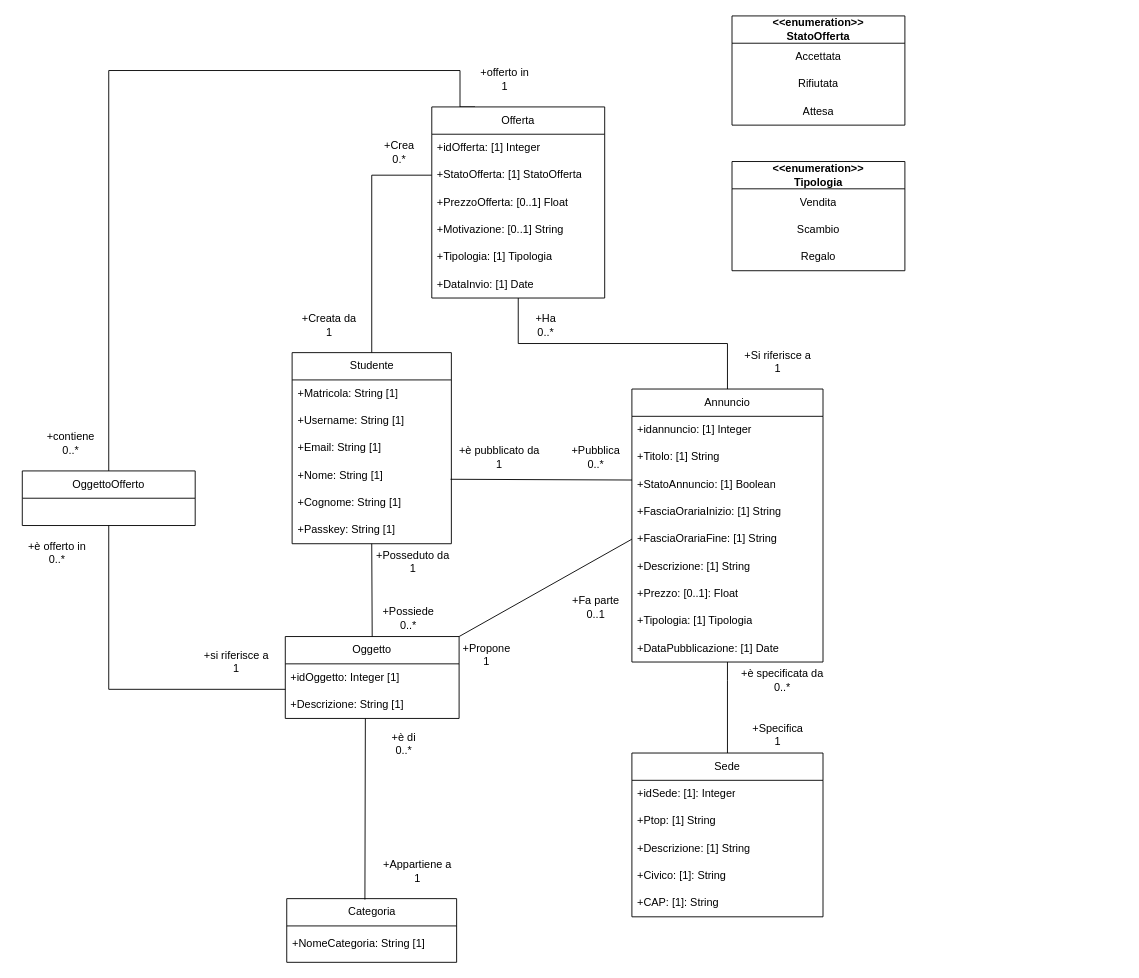
giuseeee88/UninaSwap-BDD keeps this draw.io diagram as UML_Ristrutturato.drawio. Above is the earlier version. Source tidied: cells renumbered, new cells numbered last; positions are measured from the earlier drawing's top-left corner, leaving out a move shared by most shapes. Both pictures are drawn from the tidied source at 91%, with x=0, y=0 at pixel (15, 15).
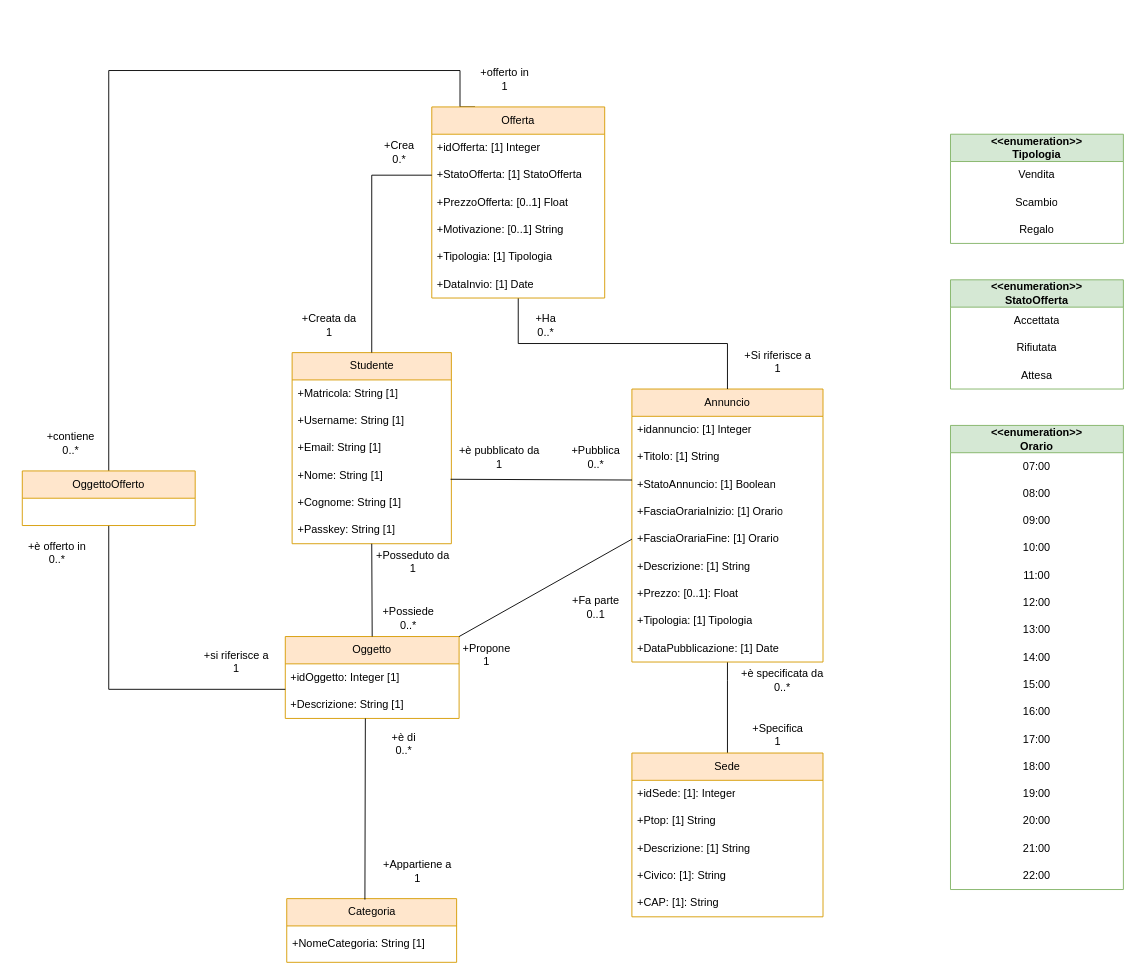
The same page after the edit.

What changed in the source:
```diff
@@
-    <mxCell id="2" value="Studente" style="swimlane;fontStyle=0;horizontal=1;startSize=30;whiteSpace=wrap;html=1;" parent="1" vertex="1">
+    <mxCell id="2" value="Studente" style="swimlane;fontStyle=0;horizontal=1;startSize=30;whiteSpace=wrap;html=1;fillColor=#ffe6cc;strokeColor=#d79b00;" parent="1" vertex="1">
       <mxGeometry x="303.5" y="370" width="175" height="210" as="geometry" />
     </mxCell>
@@
-    <mxCell id="9" value="Oggetto" style="swimlane;fontStyle=0;horizontal=1;startSize=30;whiteSpace=wrap;html=1;" parent="1" vertex="1">
+    <mxCell id="9" value="Oggetto" style="swimlane;fontStyle=0;horizontal=1;startSize=30;whiteSpace=wrap;html=1;fillColor=#ffe6cc;strokeColor=#d79b00;" parent="1" vertex="1">
       <mxGeometry x="296" y="682" width="191" height="90" as="geometry" />
     </mxCell>
@@
-    <mxCell id="13" value="Annuncio" style="swimlane;fontStyle=0;horizontal=1;startSize=30;whiteSpace=wrap;html=1;" parent="1" vertex="1">
+    <mxCell id="13" value="Annuncio" style="swimlane;fontStyle=0;horizontal=1;startSize=30;whiteSpace=wrap;html=1;fillColor=#ffe6cc;strokeColor=#d79b00;" parent="1" vertex="1">
       <mxGeometry x="676.9" y="410" width="210" height="300" as="geometry" />
     </mxCell>
@@
-    <mxCell id="17" value="+FasciaOrariaInizio: [1]&amp;nbsp;String" style="text;strokeColor=none;fillColor=none;align=left;verticalAlign=middle;spacingLeft=4;spacingRight=4;overflow=hidden;whiteSpace=wrap;html=1;" parent="13" vertex="1">
+    <mxCell id="17" value="+FasciaOrariaInizio: [1] Orario" style="text;strokeColor=none;fillColor=none;align=left;verticalAlign=middle;spacingLeft=4;spacingRight=4;overflow=hidden;whiteSpace=wrap;html=1;" parent="13" vertex="1">
       <mxGeometry y="120" width="210" height="30" as="geometry" />
     </mxCell>
-    <mxCell id="18" value="+FasciaOrariaFine: [1]&amp;nbsp;String" style="text;strokeColor=none;fillColor=none;align=left;verticalAlign=middle;spacingLeft=4;spacingRight=4;overflow=hidden;points=[[0,0.5],[1,0.5]];portConstraint=eastwest;whiteSpace=wrap;html=1;" parent="13" vertex="1">
+    <mxCell id="18" value="+FasciaOrariaFine: [1] Orario" style="text;strokeColor=none;fillColor=none;align=left;verticalAlign=middle;spacingLeft=4;spacingRight=4;overflow=hidden;points=[[0,0.5],[1,0.5]];portConstraint=eastwest;whiteSpace=wrap;html=1;" parent="13" vertex="1">
       <mxGeometry y="150" width="210" height="30" as="geometry" />
     </mxCell>
@@
-    <mxCell id="26" value="Offerta" style="swimlane;fontStyle=0;horizontal=1;startSize=30;whiteSpace=wrap;html=1;" parent="1" vertex="1">
+    <mxCell id="26" value="Offerta" style="swimlane;fontStyle=0;horizontal=1;startSize=30;whiteSpace=wrap;html=1;fillColor=#ffe6cc;strokeColor=#d79b00;" parent="1" vertex="1">
       <mxGeometry x="457" y="100" width="190" height="210" as="geometry" />
     </mxCell>
@@
-    <mxCell id="41" value="&lt;b&gt;&amp;lt;&amp;lt;&lt;/b&gt;&lt;b&gt;&lt;/b&gt;&lt;b&gt;enumeration&lt;/b&gt;&lt;b&gt;&lt;/b&gt;&lt;b&gt;&amp;gt;&amp;gt;&lt;br&gt;StatoOfferta&lt;/b&gt;" style="swimlane;fontStyle=0;horizontal=1;startSize=30;whiteSpace=wrap;html=1;" parent="1" vertex="1">
-      <mxGeometry x="786.9" width="190" height="120" as="geometry" />
+    <mxCell id="41" value="&lt;b&gt;&amp;lt;&amp;lt;&lt;/b&gt;&lt;b&gt;&lt;/b&gt;&lt;b&gt;enumeration&lt;/b&gt;&lt;b&gt;&lt;/b&gt;&lt;b&gt;&amp;gt;&amp;gt;&lt;br&gt;StatoOfferta&lt;/b&gt;" style="swimlane;fontStyle=0;horizontal=1;startSize=30;whiteSpace=wrap;html=1;fillColor=#d5e8d4;strokeColor=#82b366;" parent="1" vertex="1">
+      <mxGeometry x="1027" y="290" width="190" height="120" as="geometry" />
     </mxCell>
@@
-    <mxCell id="50" value="&lt;span style=&quot;text-align: left;&quot;&gt;Sede&lt;/span&gt;" style="swimlane;fontStyle=0;horizontal=1;startSize=30;whiteSpace=wrap;html=1;" parent="1" vertex="1">
+    <mxCell id="50" value="&lt;span style=&quot;text-align: left;&quot;&gt;Sede&lt;/span&gt;" style="swimlane;fontStyle=0;horizontal=1;startSize=30;whiteSpace=wrap;html=1;fillColor=#ffe6cc;strokeColor=#d79b00;" parent="1" vertex="1">
       <mxGeometry x="676.9" y="810" width="210" height="180" as="geometry" />
     </mxCell>
@@
-    <mxCell id="58" value="&lt;div&gt;&lt;b&gt;&amp;lt;&amp;lt;&lt;/b&gt;&lt;b&gt;enumeration&lt;/b&gt;&lt;b&gt;&amp;gt;&amp;gt;&lt;/b&gt;&lt;/div&gt;&lt;div&gt;&lt;span style=&quot;text-align: left;&quot;&gt;&lt;b&gt;Tipologia&lt;/b&gt;&lt;/span&gt;&lt;/div&gt;" style="swimlane;fontStyle=0;horizontal=1;startSize=30;whiteSpace=wrap;html=1;" parent="1" vertex="1">
-      <mxGeometry x="786.9" y="160" width="190" height="120" as="geometry" />
+    <mxCell id="58" value="&lt;div&gt;&lt;b&gt;&amp;lt;&amp;lt;&lt;/b&gt;&lt;b&gt;enumeration&lt;/b&gt;&lt;b&gt;&amp;gt;&amp;gt;&lt;/b&gt;&lt;/div&gt;&lt;div&gt;&lt;span style=&quot;text-align: left;&quot;&gt;&lt;b&gt;Tipologia&lt;/b&gt;&lt;/span&gt;&lt;/div&gt;" style="swimlane;fontStyle=0;horizontal=1;startSize=30;whiteSpace=wrap;html=1;fillColor=#d5e8d4;strokeColor=#82b366;" parent="1" vertex="1">
+      <mxGeometry x="1027" y="130" width="190" height="120" as="geometry" />
     </mxCell>
@@
-    <mxCell id="63" value="OggettoOfferto" style="swimlane;fontStyle=0;horizontal=1;startSize=30;whiteSpace=wrap;html=1;" parent="1" vertex="1">
+    <mxCell id="63" value="OggettoOfferto" style="swimlane;fontStyle=0;horizontal=1;startSize=30;whiteSpace=wrap;html=1;fillColor=#ffe6cc;strokeColor=#d79b00;" parent="1" vertex="1">
       <mxGeometry x="7" y="500" width="190" height="60" as="geometry" />
     </mxCell>
@@
-    <mxCell id="68" value="Categoria" style="swimlane;fontStyle=0;horizontal=1;startSize=30;whiteSpace=wrap;html=1;" parent="1" vertex="1">
+    <mxCell id="68" value="Categoria" style="swimlane;fontStyle=0;horizontal=1;startSize=30;whiteSpace=wrap;html=1;fillColor=#ffe6cc;strokeColor=#d79b00;" parent="1" vertex="1">
       <mxGeometry x="297.6" y="970" width="186.7" height="70" as="geometry" />
     </mxCell>
@@
+    <mxCell id="73" value="&lt;b&gt;&amp;lt;&amp;lt;&lt;/b&gt;&lt;b&gt;enumeration&lt;/b&gt;&lt;b&gt;&amp;gt;&amp;gt;&lt;br&gt;Orario&lt;/b&gt;" style="swimlane;fontStyle=0;horizontal=1;startSize=30;whiteSpace=wrap;html=1;fillColor=#d5e8d4;strokeColor=#82b366;" parent="1" vertex="1">
+      <mxGeometry x="1027" y="450" width="190" height="510" as="geometry" />
+    </mxCell>
+    <mxCell id="74" value="07:00" style="text;strokeColor=none;fillColor=none;align=center;verticalAlign=middle;spacingLeft=4;spacingRight=4;overflow=hidden;whiteSpace=wrap;html=1;" parent="73" vertex="1">
+      <mxGeometry y="30" width="190" height="30" as="geometry" />
+    </mxCell>
+    <mxCell id="75" value="08:00" style="text;strokeColor=none;fillColor=none;align=center;verticalAlign=middle;spacingLeft=4;spacingRight=4;overflow=hidden;whiteSpace=wrap;html=1;" parent="73" vertex="1">
+      <mxGeometry y="60" width="190" height="30" as="geometry" />
+    </mxCell>
+    <mxCell id="76" value="09:00" style="text;strokeColor=none;fillColor=none;align=center;verticalAlign=middle;spacingLeft=4;spacingRight=4;overflow=hidden;whiteSpace=wrap;html=1;" parent="73" vertex="1">
+      <mxGeometry y="90" width="190" height="30" as="geometry" />
+    </mxCell>
+    <mxCell id="77" value="10:00" style="text;strokeColor=none;fillColor=none;align=center;verticalAlign=middle;spacingLeft=4;spacingRight=4;overflow=hidden;whiteSpace=wrap;html=1;" parent="73" vertex="1">
+      <mxGeometry y="120" width="190" height="30" as="geometry" />
+    </mxCell>
+    <mxCell id="78" value="11:00" style="text;strokeColor=none;fillColor=none;align=center;verticalAlign=middle;spacingLeft=4;spacingRight=4;overflow=hidden;whiteSpace=wrap;html=1;" parent="73" vertex="1">
+      <mxGeometry y="150" width="190" height="30" as="geometry" />
+    </mxCell>
+    <mxCell id="79" value="12:00" style="text;strokeColor=none;fillColor=none;align=center;verticalAlign=middle;spacingLeft=4;spacingRight=4;overflow=hidden;whiteSpace=wrap;html=1;" parent="73" vertex="1">
+      <mxGeometry y="180" width="190" height="30" as="geometry" />
+    </mxCell>
+    <mxCell id="80" value="13:00" style="text;strokeColor=none;fillColor=none;align=center;verticalAlign=middle;spacingLeft=4;spacingRight=4;overflow=hidden;whiteSpace=wrap;html=1;" parent="73" vertex="1">
+      <mxGeometry y="210" width="190" height="30" as="geometry" />
+    </mxCell>
+    <mxCell id="81" value="14:00" style="text;strokeColor=none;fillColor=none;align=center;verticalAlign=middle;spacingLeft=4;spacingRight=4;overflow=hidden;whiteSpace=wrap;html=1;" parent="73" vertex="1">
+      <mxGeometry y="240" width="190" height="30" as="geometry" />
+    </mxCell>
+    <mxCell id="82" value="15:00" style="text;strokeColor=none;fillColor=none;align=center;verticalAlign=middle;spacingLeft=4;spacingRight=4;overflow=hidden;whiteSpace=wrap;html=1;" parent="73" vertex="1">
+      <mxGeometry y="270" width="190" height="30" as="geometry" />
+    </mxCell>
+    <mxCell id="83" value="16:00" style="text;strokeColor=none;fillColor=none;align=center;verticalAlign=middle;spacingLeft=4;spacingRight=4;overflow=hidden;whiteSpace=wrap;html=1;" parent="73" vertex="1">
+      <mxGeometry y="300" width="190" height="30" as="geometry" />
+    </mxCell>
+    <mxCell id="84" value="17:00" style="text;strokeColor=none;fillColor=none;align=center;verticalAlign=middle;spacingLeft=4;spacingRight=4;overflow=hidden;whiteSpace=wrap;html=1;" parent="73" vertex="1">
+      <mxGeometry y="330" width="190" height="30" as="geometry" />
+    </mxCell>
+    <mxCell id="85" value="18:00" style="text;strokeColor=none;fillColor=none;align=center;verticalAlign=middle;spacingLeft=4;spacingRight=4;overflow=hidden;whiteSpace=wrap;html=1;" parent="73" vertex="1">
+      <mxGeometry y="360" width="190" height="30" as="geometry" />
+    </mxCell>
+    <mxCell id="86" value="19:00" style="text;strokeColor=none;fillColor=none;align=center;verticalAlign=middle;spacingLeft=4;spacingRight=4;overflow=hidden;whiteSpace=wrap;html=1;" parent="73" vertex="1">
+      <mxGeometry y="390" width="190" height="30" as="geometry" />
+    </mxCell>
+    <mxCell id="87" value="20:00" style="text;strokeColor=none;fillColor=none;align=center;verticalAlign=middle;spacingLeft=4;spacingRight=4;overflow=hidden;whiteSpace=wrap;html=1;" parent="73" vertex="1">
+      <mxGeometry y="420" width="190" height="30" as="geometry" />
+    </mxCell>
+    <mxCell id="88" value="21:00" style="text;strokeColor=none;fillColor=none;align=center;verticalAlign=middle;spacingLeft=4;spacingRight=4;overflow=hidden;whiteSpace=wrap;html=1;" parent="73" vertex="1">
+      <mxGeometry y="450" width="190" height="30" as="geometry" />
+    </mxCell>
+    <mxCell id="89" value="22:00" style="text;strokeColor=none;fillColor=none;align=center;verticalAlign=middle;spacingLeft=4;spacingRight=4;overflow=hidden;whiteSpace=wrap;html=1;" parent="73" vertex="1">
+      <mxGeometry y="480" width="190" height="30" as="geometry" />
+    </mxCell>
```
